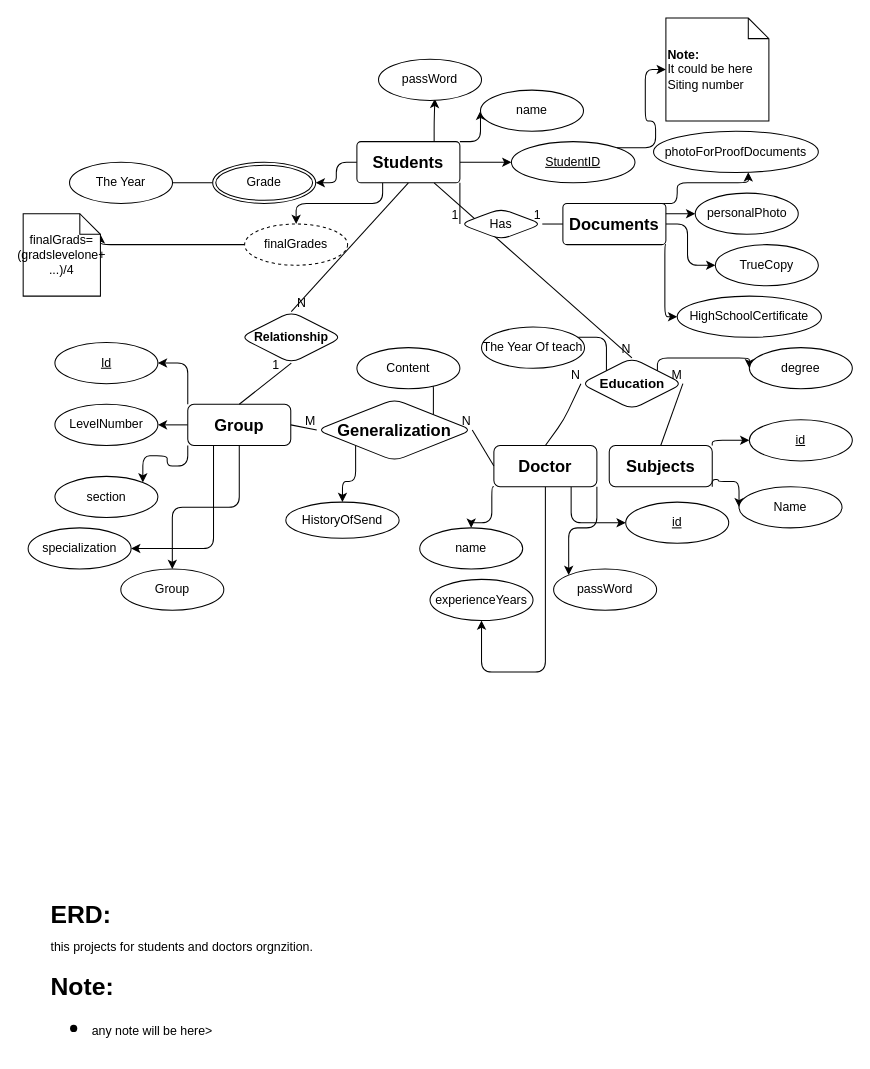
Earlier version of the draw.io diagram page "Copy of Page-1" (1 of 9) of Digrams, pdf/ERD-Tanzim.drawio (mohammed-aljablai/Tanzim). Source tidied: cells renumbered, new cells numbered last; positions are measured from the earlier drawing's top-left corner, leaving out a move shared by most shapes. Both pictures are drawn from the tidied source at 103%, with x=0, y=0 at pixel (23, 18).
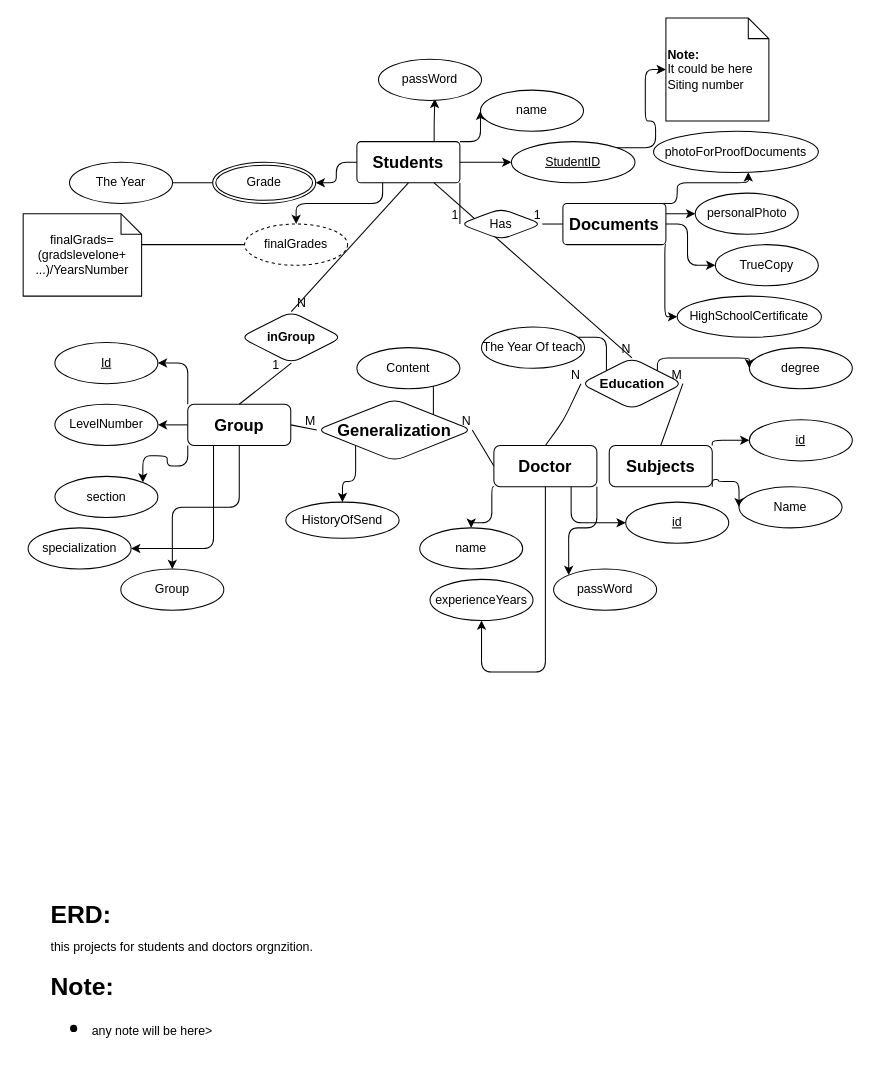
The same diagram, later.

The edit, as a diff of the source:
```diff
@@
-    <mxCell id="33" value="&lt;b&gt;Relationship&lt;/b&gt;" style="shape=rhombus;perimeter=rhombusPerimeter;whiteSpace=wrap;html=1;align=center;rounded=1;" parent="1" vertex="1">
+    <mxCell id="33" value="&lt;b&gt;inGroup&lt;/b&gt;" style="shape=rhombus;perimeter=rhombusPerimeter;whiteSpace=wrap;html=1;align=center;rounded=1;" parent="1" vertex="1">
       <mxGeometry x="210.8" y="285" width="99" height="50" as="geometry" />
     </mxCell>
@@
-    <mxCell id="70" value="finalGrads= (gradslevelone+ ...)/4" style="shape=note;size=20;whiteSpace=wrap;html=1;rounded=1;" parent="1" vertex="1">
-      <mxGeometry y="190" width="75" height="80" as="geometry" />
+    <mxCell id="70" value="finalGrads= (gradslevelone+ ...)/YearsNumber" style="shape=note;size=20;whiteSpace=wrap;html=1;rounded=1;" parent="1" vertex="1">
+      <mxGeometry y="190" width="115" height="80" as="geometry" />
     </mxCell>
```
